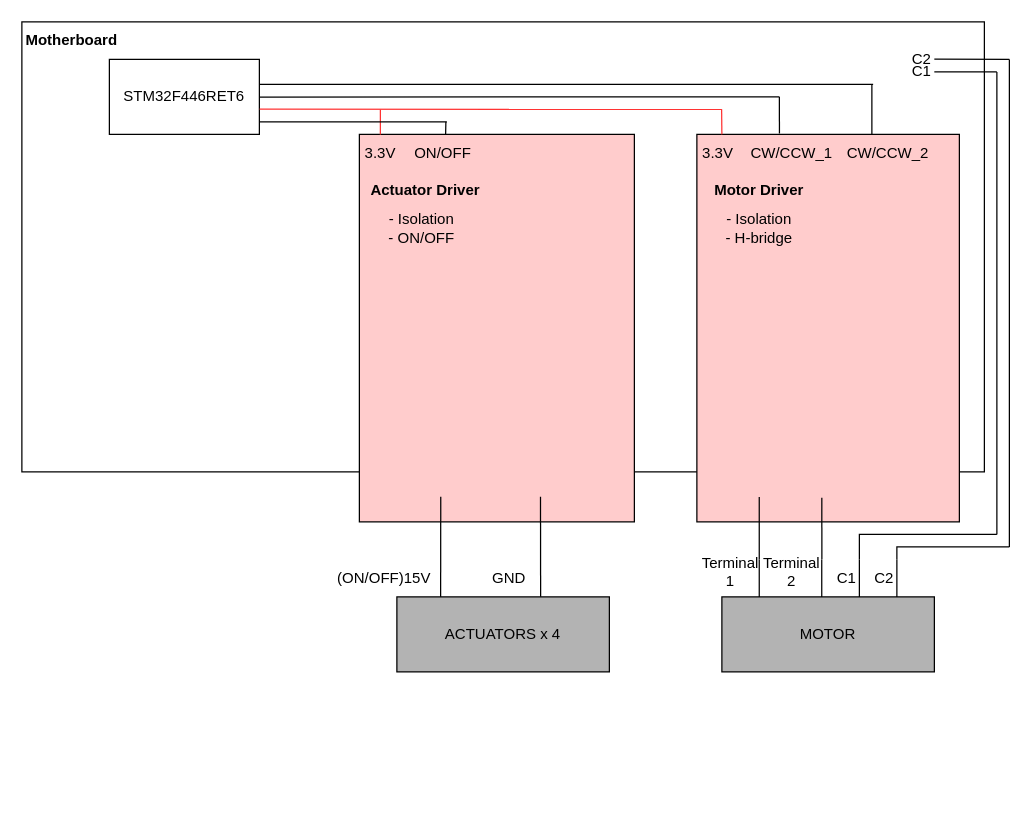
The draw.io diagram page "Circuits" (2 of 2) of block_diagrams/Maestro Diagrams.drawio in chatrajaman3/ELEC391_25W2_Robo_Maestro, before the edit. Source tidied: cells renumbered, new cells numbered last; positions are measured from the earlier drawing's top-left corner, leaving out a move shared by most shapes. Both pictures are drawn from the tidied source at 125%, with x=0, y=0 at pixel (21, 21).
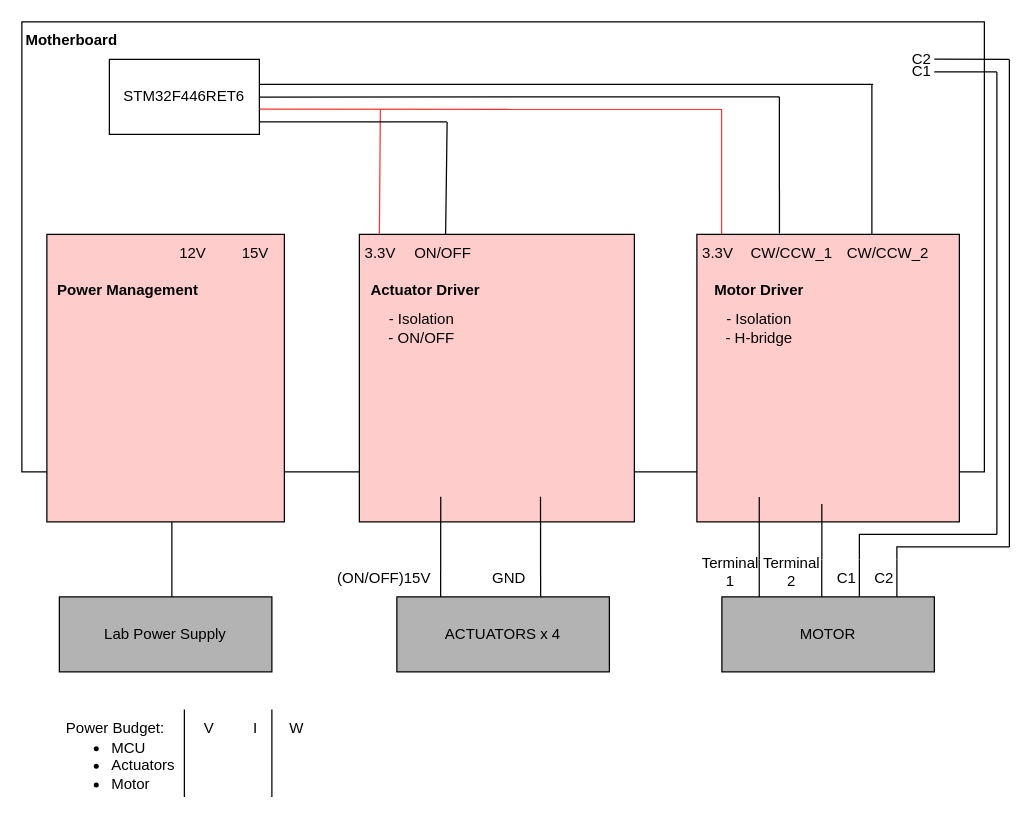
The same page after the edit.

Commit message:
review power budget

The change refers to these unchanged cells:
```xml
<mxCell id="2" style="rounded=0;whiteSpace=wrap;html=1;" parent="1" vertex="1">
  <mxGeometry width="770" height="360" as="geometry" />
</mxCell>
```

What changed in the source:
```diff
@@
     <mxCell id="5" style="rounded=0;whiteSpace=wrap;html=1;shadow=0;fillColor=#FFCCCC;" parent="1" vertex="1">
-      <mxGeometry x="540" y="90" width="210" height="310" as="geometry" />
+      <mxGeometry x="540" y="170" width="210" height="230" as="geometry" />
     </mxCell>
     <mxCell id="6" value="Motor Driver" style="text;html=1;whiteSpace=wrap;strokeColor=none;fillColor=none;align=center;verticalAlign=middle;rounded=0;fontStyle=1;" parent="1" vertex="1">
-      <mxGeometry x="540" y="120" width="100" height="30" as="geometry" />
+      <mxGeometry x="540" y="200" width="100" height="30" as="geometry" />
     </mxCell>
     <mxCell id="7" style="rounded=0;whiteSpace=wrap;html=1;shadow=0;fillColor=#FFCCCC;" parent="1" vertex="1">
-      <mxGeometry x="270" y="90" width="220" height="310" as="geometry" />
+      <mxGeometry x="270" y="170" width="220" height="230" as="geometry" />
     </mxCell>
     <mxCell id="8" value="Actuator Driver" style="text;html=1;whiteSpace=wrap;strokeColor=none;fillColor=none;align=center;verticalAlign=middle;rounded=0;fontStyle=1;" parent="1" vertex="1">
-      <mxGeometry x="273" y="120" width="100" height="30" as="geometry" />
+      <mxGeometry x="273" y="200" width="100" height="30" as="geometry" />
     </mxCell>
@@
     <mxCell id="32" value="CW/CCW_1" style="text;html=1;whiteSpace=wrap;strokeColor=none;fillColor=none;align=center;verticalAlign=middle;rounded=0;" parent="1" vertex="1">
-      <mxGeometry x="598.9" y="90" width="34" height="30" as="geometry" />
+      <mxGeometry x="598.9" y="170" width="34" height="30" as="geometry" />
     </mxCell>
     <mxCell id="33" value="CW/CCW_2" style="text;html=1;whiteSpace=wrap;strokeColor=none;fillColor=none;align=center;verticalAlign=middle;rounded=0;" parent="1" vertex="1">
-      <mxGeometry x="676" y="90" width="34" height="30" as="geometry" />
+      <mxGeometry x="676" y="170" width="34" height="30" as="geometry" />
     </mxCell>
     <mxCell id="34" value="3.3V" style="text;html=1;whiteSpace=wrap;strokeColor=none;fillColor=none;align=center;verticalAlign=middle;rounded=0;" parent="1" vertex="1">
-      <mxGeometry x="540" y="90" width="34" height="30" as="geometry" />
+      <mxGeometry x="540" y="170" width="34" height="30" as="geometry" />
     </mxCell>
-    <mxCell id="35" style="endArrow=none;html=1;rounded=0;entryX=0.727;entryY=0.194;entryDx=0;entryDy=0;entryPerimeter=0;strokeColor=#FF3333;" parent="1" edge="1" target="2">
-      <mxGeometry relative="1" as="geometry">
-        <mxPoint x="560" y="90" as="sourcePoint" />
-      </mxGeometry>
+    <mxCell id="35" style="endArrow=none;html=1;rounded=0;entryX=0.727;entryY=0.194;entryDx=0;entryDy=0;entryPerimeter=0;strokeColor=#FF3333;exitX=0.727;exitY=0.472;exitDx=0;exitDy=0;exitPerimeter=0;" parent="1" edge="1" source="2" target="2">
+      <mxGeometry relative="1" as="geometry" />
     </mxCell>
@@
     <mxCell id="41" value="3.3V" style="text;html=1;whiteSpace=wrap;strokeColor=none;fillColor=none;align=center;verticalAlign=middle;rounded=0;" parent="1" vertex="1">
-      <mxGeometry x="270" y="90" width="34" height="30" as="geometry" />
+      <mxGeometry x="270" y="170" width="34" height="30" as="geometry" />
     </mxCell>
     <mxCell id="42" style="endArrow=none;html=1;rounded=0;entryX=0.727;entryY=0.194;entryDx=0;entryDy=0;entryPerimeter=0;strokeColor=#FF3333;" parent="1" edge="1">
       <mxGeometry relative="1" as="geometry">
-        <mxPoint x="286.8" y="90" as="sourcePoint" />
+        <mxPoint x="286" y="170" as="sourcePoint" />
         <mxPoint x="286.8" y="70" as="targetPoint" />
       </mxGeometry>
     </mxCell>
     <mxCell id="43" value="ON/OFF" style="text;html=1;whiteSpace=wrap;strokeColor=none;fillColor=none;align=center;verticalAlign=middle;rounded=0;" parent="1" vertex="1">
-      <mxGeometry x="320" y="90" width="34" height="30" as="geometry" />
+      <mxGeometry x="320" y="170" width="34" height="30" as="geometry" />
     </mxCell>
-    <mxCell id="44" style="endArrow=none;html=1;rounded=0;exitX=0.21;exitY=-0.021;exitDx=0;exitDy=0;exitPerimeter=0;" parent="1" edge="1">
+    <mxCell id="44" style="endArrow=none;html=1;rounded=0;" parent="1" edge="1">
       <mxGeometry relative="1" as="geometry">
-        <mxPoint x="339" y="90" as="sourcePoint" />
-        <mxPoint x="339.2" y="80" as="targetPoint" />
+        <mxPoint x="339" y="170" as="sourcePoint" />
+        <mxPoint x="340.2" y="80" as="targetPoint" />
       </mxGeometry>
     </mxCell>
@@
     <mxCell id="47" value="- Isolation&lt;div&gt;- H-bridge&lt;/div&gt;" style="text;html=1;whiteSpace=wrap;strokeColor=none;fillColor=none;align=center;verticalAlign=middle;rounded=0;" parent="1" vertex="1">
-      <mxGeometry x="560" y="150" width="60" height="30" as="geometry" />
+      <mxGeometry x="560" y="230" width="60" height="30" as="geometry" />
     </mxCell>
     <mxCell id="48" value="- Isolation&lt;div&gt;- ON/OFF&lt;/div&gt;" style="text;html=1;whiteSpace=wrap;strokeColor=none;fillColor=none;align=center;verticalAlign=middle;rounded=0;" parent="1" vertex="1">
-      <mxGeometry x="290" y="150" width="60" height="30" as="geometry" />
+      <mxGeometry x="290" y="230" width="60" height="30" as="geometry" />
     </mxCell>
+    <mxCell id="49" style="rounded=0;whiteSpace=wrap;html=1;shadow=0;fillColor=#FFCCCC;" parent="1" vertex="1">
+      <mxGeometry x="20" y="170" width="190" height="230" as="geometry" />
+    </mxCell>
+    <mxCell id="50" value="Power Management" style="text;html=1;whiteSpace=wrap;strokeColor=none;fillColor=none;align=center;verticalAlign=middle;rounded=0;fontStyle=1;" parent="1" vertex="1">
+      <mxGeometry x="20" y="200" width="130" height="30" as="geometry" />
+    </mxCell>
+    <mxCell id="51" value="15V" style="text;html=1;whiteSpace=wrap;strokeColor=none;fillColor=none;align=center;verticalAlign=middle;rounded=0;" parent="1" vertex="1">
+      <mxGeometry x="170" y="170" width="34" height="30" as="geometry" />
+    </mxCell>
+    <mxCell id="52" value="12V" style="text;html=1;whiteSpace=wrap;strokeColor=none;fillColor=none;align=center;verticalAlign=middle;rounded=0;" parent="1" vertex="1">
+      <mxGeometry x="120" y="170" width="34" height="30" as="geometry" />
+    </mxCell>
+    <mxCell id="53" value="Lab Power Supply" style="rounded=0;whiteSpace=wrap;html=1;fillColor=#B3B3B3;" parent="1" vertex="1">
+      <mxGeometry x="30" y="460" width="170" height="60" as="geometry" />
+    </mxCell>
+    <mxCell id="54" style="endArrow=none;html=1;rounded=0;" parent="1" edge="1">
+      <mxGeometry relative="1" as="geometry">
+        <mxPoint x="120" y="460" as="sourcePoint" />
+        <mxPoint x="120" y="400" as="targetPoint" />
+      </mxGeometry>
+    </mxCell>
+    <mxCell id="55" value="Power Budget:" style="text;html=1;whiteSpace=wrap;strokeColor=none;fillColor=none;align=center;verticalAlign=middle;rounded=0;" parent="1" vertex="1">
+      <mxGeometry x="20" y="550" width="110" height="30" as="geometry" />
+    </mxCell>
+    <mxCell id="56" value="&lt;ul&gt;&lt;li&gt;MCU&lt;/li&gt;&lt;li&gt;Actuators&lt;/li&gt;&lt;li&gt;Motor&lt;/li&gt;&lt;/ul&gt;" style="text;html=1;whiteSpace=wrap;strokeColor=none;fillColor=none;align=left;verticalAlign=middle;rounded=0;" parent="1" vertex="1">
+      <mxGeometry x="30" y="570" width="67" height="50" as="geometry" />
+    </mxCell>
+    <mxCell id="57" style="endArrow=none;html=1;rounded=0;" parent="1" edge="1">
+      <mxGeometry relative="1" as="geometry">
+        <mxPoint x="130" y="600.3" as="sourcePoint" />
+        <mxPoint x="130" y="550" as="targetPoint" />
+        <Array as="points">
+          <mxPoint x="130" y="620" />
+        </Array>
+      </mxGeometry>
+    </mxCell>
+    <mxCell id="58" value="V" style="text;html=1;whiteSpace=wrap;strokeColor=none;fillColor=none;align=center;verticalAlign=middle;rounded=0;" parent="1" vertex="1">
+      <mxGeometry x="120" y="550" width="60" height="30" as="geometry" />
+    </mxCell>
+    <mxCell id="59" value="I" style="text;html=1;whiteSpace=wrap;strokeColor=none;fillColor=none;align=center;verticalAlign=middle;rounded=0;" parent="1" vertex="1">
+      <mxGeometry x="157" y="550" width="60" height="30" as="geometry" />
+    </mxCell>
+    <mxCell id="60" value="W" style="text;html=1;whiteSpace=wrap;strokeColor=none;fillColor=none;align=center;verticalAlign=middle;rounded=0;" parent="1" vertex="1">
+      <mxGeometry x="190" y="550" width="60" height="30" as="geometry" />
+    </mxCell>
+    <mxCell id="61" style="endArrow=none;html=1;rounded=0;" parent="1" edge="1">
+      <mxGeometry relative="1" as="geometry">
+        <mxPoint x="200" y="600.3" as="sourcePoint" />
+        <mxPoint x="200" y="550" as="targetPoint" />
+        <Array as="points">
+          <mxPoint x="200" y="620" />
+        </Array>
+      </mxGeometry>
+    </mxCell>
```
